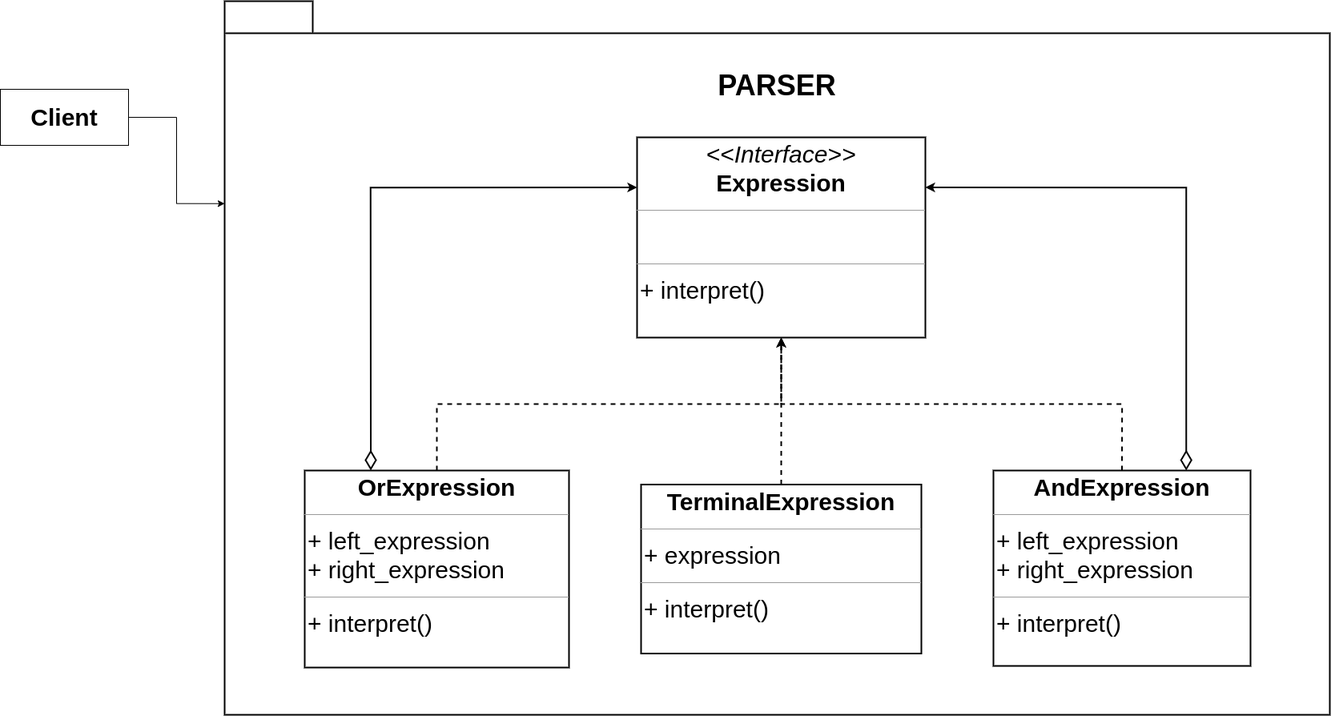
This is docs/front_end_parser.png from BrizaMel/MAC0332, a draw.io export, as it was before one commit. Source tidied: cells renumbered, new cells last; positions are measured from the earlier drawing's top-left corner, leaving out a move shared by most shapes. The source it was exported from:
```xml
<mxGraphModel>
  <root>
    <mxCell id="0" />
    <mxCell id="1" parent="0" />
    <mxCell id="2" value="&lt;font style=&quot;font-size: 36px;&quot;&gt;PARSER&lt;br&gt;&lt;br&gt;&lt;br&gt;&lt;br&gt;&lt;br&gt;&lt;br&gt;&lt;br&gt;&lt;br&gt;&lt;br&gt;&lt;br&gt;&lt;br&gt;&lt;br&gt;&lt;br&gt;&lt;br&gt;&lt;br&gt;&lt;br&gt;&lt;br&gt;&lt;/font&gt;" style="shape=folder;fontStyle=1;spacingTop=10;tabWidth=110;tabHeight=40;tabPosition=left;html=1;whiteSpace=wrap;strokeWidth=2;" parent="1" vertex="1">
      <mxGeometry x="280" width="1380" height="891" as="geometry" />
    </mxCell>
    <mxCell id="3" value="&lt;p style=&quot;margin: 4px 0px 0px; text-align: center; font-size: 30px;&quot;&gt;&lt;font style=&quot;font-size: 30px;&quot;&gt;&lt;i style=&quot;&quot;&gt;&amp;lt;&amp;lt;Interface&amp;gt;&amp;gt;&lt;/i&gt;&lt;br&gt;&lt;b&gt;Expression&lt;/b&gt;&lt;/font&gt;&lt;/p&gt;&lt;hr style=&quot;font-size: 30px;&quot; size=&quot;1&quot;&gt;&lt;p style=&quot;margin: 0px 0px 0px 4px; font-size: 30px;&quot;&gt;&lt;font style=&quot;font-size: 30px;&quot;&gt;&lt;br&gt;&lt;/font&gt;&lt;/p&gt;&lt;hr style=&quot;font-size: 30px;&quot; size=&quot;1&quot;&gt;&lt;p style=&quot;margin: 0px 0px 0px 4px; font-size: 30px;&quot;&gt;+ interpret()&lt;/p&gt;" style="verticalAlign=top;align=left;overflow=fill;fontSize=12;fontFamily=Helvetica;html=1;whiteSpace=wrap;strokeWidth=2;" parent="1" vertex="1">
      <mxGeometry x="795" y="170" width="360" height="250" as="geometry" />
    </mxCell>
    <mxCell id="4" style="edgeStyle=orthogonalEdgeStyle;rounded=0;jettySize=auto;html=1;exitX=0.5;exitY=0;exitDx=0;exitDy=0;entryX=0.5;entryY=1;entryDx=0;entryDy=0;dashed=1;strokeWidth=2;" parent="1" edge="1" source="5" target="3">
      <mxGeometry relative="1" as="geometry" />
    </mxCell>
    <mxCell id="5" value="&lt;p style=&quot;margin: 4px 0px 0px; text-align: center; font-size: 30px;&quot;&gt;&lt;b&gt;TerminalExpression&lt;/b&gt;&lt;/p&gt;&lt;hr style=&quot;font-size: 30px;&quot; size=&quot;1&quot;&gt;&lt;p style=&quot;margin: 0px 0px 0px 4px; font-size: 30px;&quot;&gt;+ expression&lt;/p&gt;&lt;hr style=&quot;font-size: 30px;&quot; size=&quot;1&quot;&gt;&lt;p style=&quot;margin: 0px 0px 0px 4px; font-size: 30px;&quot;&gt;+ interpret()&lt;/p&gt;" style="verticalAlign=top;align=left;overflow=fill;fontSize=12;fontFamily=Helvetica;html=1;whiteSpace=wrap;strokeWidth=2;" parent="1" vertex="1">
      <mxGeometry x="800" y="603.5" width="350" height="211" as="geometry" />
    </mxCell>
    <mxCell id="6" style="edgeStyle=orthogonalEdgeStyle;rounded=0;jettySize=auto;html=1;exitX=0.5;exitY=0;exitDx=0;exitDy=0;entryX=0.5;entryY=1;entryDx=0;entryDy=0;dashed=1;strokeWidth=2;" parent="1" edge="1" source="8" target="3">
      <mxGeometry relative="1" as="geometry" />
    </mxCell>
    <mxCell id="7" style="edgeStyle=orthogonalEdgeStyle;rounded=0;jettySize=auto;html=1;exitX=0.75;exitY=0;exitDx=0;exitDy=0;entryX=1;entryY=0.25;entryDx=0;entryDy=0;startArrow=diamondThin;startFill=0;startSize=20;strokeWidth=2;" parent="1" edge="1" source="8" target="3">
      <mxGeometry relative="1" as="geometry" />
    </mxCell>
    <mxCell id="8" value="&lt;p style=&quot;margin: 4px 0px 0px; text-align: center; font-size: 30px;&quot;&gt;&lt;b&gt;AndExpression&lt;/b&gt;&lt;/p&gt;&lt;hr style=&quot;font-size: 30px;&quot; size=&quot;1&quot;&gt;&lt;p style=&quot;border-color: var(--border-color); margin: 0px 0px 0px 4px; font-size: 30px;&quot;&gt;+ left_expression&lt;/p&gt;&lt;p style=&quot;border-color: var(--border-color); margin: 0px 0px 0px 4px; font-size: 30px;&quot;&gt;+ right_expression&lt;/p&gt;&lt;hr style=&quot;font-size: 30px;&quot; size=&quot;1&quot;&gt;&lt;p style=&quot;margin: 0px 0px 0px 4px; font-size: 30px;&quot;&gt;+ interpret()&lt;/p&gt;" style="verticalAlign=top;align=left;overflow=fill;fontSize=12;fontFamily=Helvetica;html=1;whiteSpace=wrap;strokeWidth=2;" parent="1" vertex="1">
      <mxGeometry x="1240" y="586" width="321" height="244" as="geometry" />
    </mxCell>
    <mxCell id="9" style="edgeStyle=orthogonalEdgeStyle;rounded=0;jettySize=auto;html=1;exitX=0.5;exitY=0;exitDx=0;exitDy=0;entryX=0.5;entryY=1;entryDx=0;entryDy=0;dashed=1;strokeWidth=2;" parent="1" edge="1" source="10" target="3">
      <mxGeometry relative="1" as="geometry" />
    </mxCell>
    <mxCell id="10" value="&lt;p style=&quot;margin: 4px 0px 0px; text-align: center; font-size: 30px;&quot;&gt;&lt;b&gt;OrExpression&lt;/b&gt;&lt;/p&gt;&lt;hr style=&quot;font-size: 30px;&quot; size=&quot;1&quot;&gt;&lt;p style=&quot;margin: 0px 0px 0px 4px; font-size: 30px;&quot;&gt;+ left_expression&lt;/p&gt;&lt;p style=&quot;margin: 0px 0px 0px 4px; font-size: 30px;&quot;&gt;+ right_expression&lt;/p&gt;&lt;hr style=&quot;font-size: 30px;&quot; size=&quot;1&quot;&gt;&lt;p style=&quot;margin: 0px 0px 0px 4px; font-size: 30px;&quot;&gt;+ interpret()&lt;/p&gt;" style="verticalAlign=top;align=left;overflow=fill;fontSize=12;fontFamily=Helvetica;html=1;whiteSpace=wrap;strokeWidth=2;" parent="1" vertex="1">
      <mxGeometry x="380" y="586" width="330" height="246" as="geometry" />
    </mxCell>
    <mxCell id="11" style="edgeStyle=orthogonalEdgeStyle;rounded=0;jettySize=auto;html=1;exitX=0.25;exitY=0;exitDx=0;exitDy=0;startArrow=diamondThin;startFill=0;startSize=20;strokeWidth=2;entryX=0;entryY=0.25;entryDx=0;entryDy=0;" parent="1" edge="1" source="10" target="3">
      <mxGeometry relative="1" as="geometry" />
    </mxCell>
    <mxCell id="12" value="&lt;font style=&quot;font-size: 30px;&quot;&gt;&lt;b&gt;Client&lt;/b&gt;&lt;/font&gt;" style="html=1;whiteSpace=wrap;" parent="1" vertex="1">
      <mxGeometry y="110" width="160" height="70" as="geometry" />
    </mxCell>
    <mxCell id="13" style="edgeStyle=orthogonalEdgeStyle;rounded=0;jettySize=auto;html=1;exitX=1;exitY=0.5;exitDx=0;exitDy=0;entryX=0;entryY=0;entryDx=0;entryDy=252.75;entryPerimeter=0;" parent="1" edge="1" source="12" target="2">
      <mxGeometry relative="1" as="geometry" />
    </mxCell>
  </root>
</mxGraphModel>
```
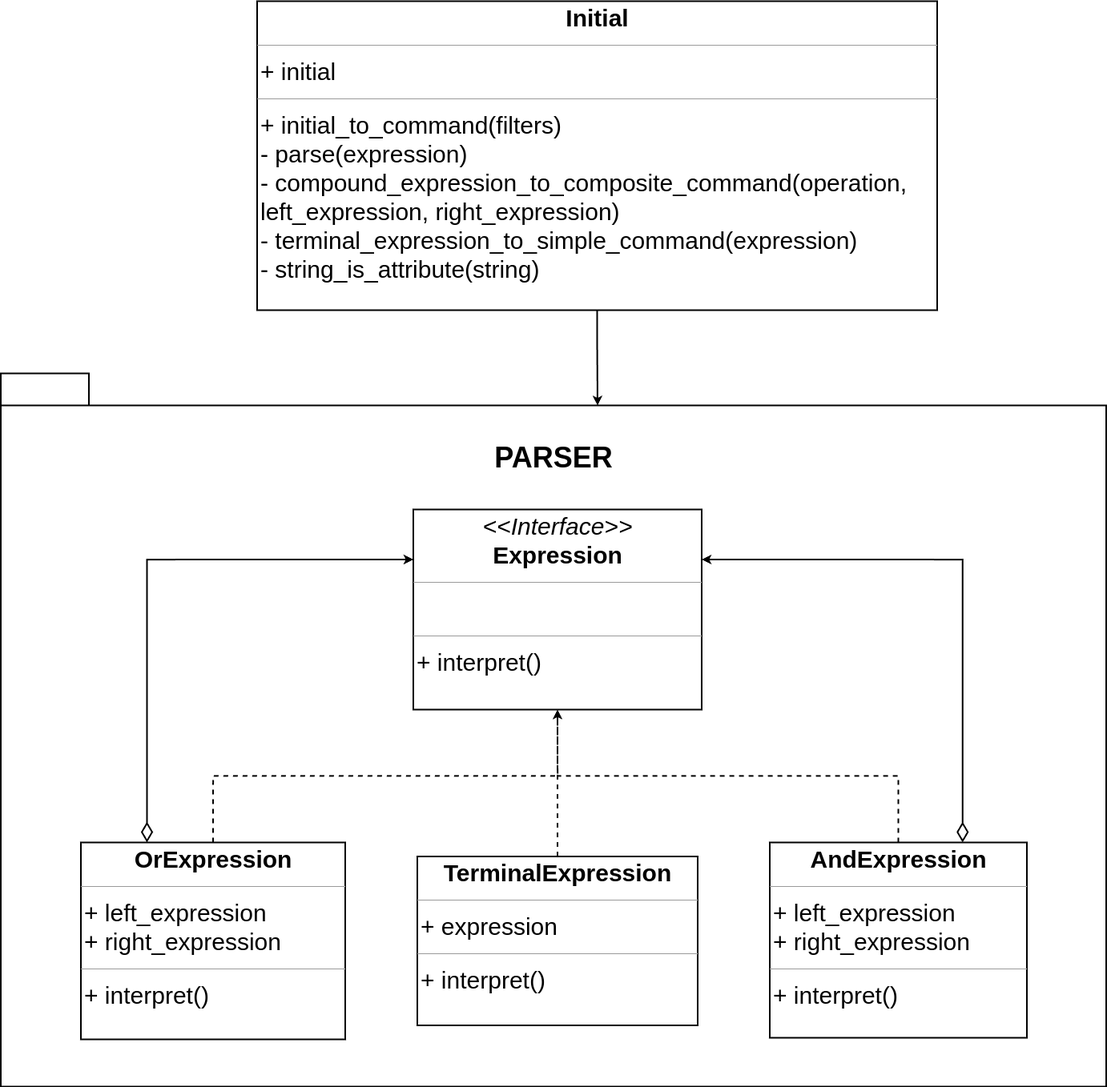
Later version of the same file.

Diff of the diagram source:
```diff
@@ -32,10 +32,10 @@
     <mxCell id="11" style="edgeStyle=orthogonalEdgeStyle;rounded=0;jettySize=auto;html=1;exitX=0.25;exitY=0;exitDx=0;exitDy=0;startArrow=diamondThin;startFill=0;startSize=20;strokeWidth=2;entryX=0;entryY=0.25;entryDx=0;entryDy=0;" parent="1" edge="1" source="10" target="3">
       <mxGeometry relative="1" as="geometry" />
     </mxCell>
-    <mxCell id="12" value="&lt;font style=&quot;font-size: 30px;&quot;&gt;&lt;b&gt;Client&lt;/b&gt;&lt;/font&gt;" style="html=1;whiteSpace=wrap;" parent="1" vertex="1">
-      <mxGeometry y="110" width="160" height="70" as="geometry" />
+    <mxCell id="12" value="&lt;p style=&quot;margin: 4px 0px 0px; text-align: center; font-size: 30px;&quot;&gt;&lt;b&gt;Initial&lt;/b&gt;&lt;/p&gt;&lt;hr style=&quot;font-size: 30px;&quot; size=&quot;1&quot;&gt;&lt;p style=&quot;margin: 0px 0px 0px 4px; font-size: 30px;&quot;&gt;+ initial&lt;/p&gt;&lt;hr style=&quot;font-size: 30px;&quot; size=&quot;1&quot;&gt;&lt;p style=&quot;margin: 0px 0px 0px 4px; font-size: 30px;&quot;&gt;+ initial_to_command(filters)&lt;/p&gt;&lt;p style=&quot;margin: 0px 0px 0px 4px; font-size: 30px;&quot;&gt;- parse(expression)&lt;/p&gt;&lt;p style=&quot;margin: 0px 0px 0px 4px; font-size: 30px;&quot;&gt;- compound_expression_to_composite_command(operation, left_expression, right_expression)&lt;/p&gt;&lt;p style=&quot;margin: 0px 0px 0px 4px; font-size: 30px;&quot;&gt;- terminal_expression_to_simple_command(expression)&lt;/p&gt;&lt;p style=&quot;margin: 0px 0px 0px 4px; font-size: 30px;&quot;&gt;- string_is_attribute(string)&lt;/p&gt;" style="verticalAlign=top;align=left;overflow=fill;fontSize=12;fontFamily=Helvetica;html=1;whiteSpace=wrap;strokeWidth=2;" parent="1" vertex="1">
+      <mxGeometry x="600" y="-465" width="849" height="386" as="geometry" />
     </mxCell>
-    <mxCell id="13" style="edgeStyle=orthogonalEdgeStyle;rounded=0;jettySize=auto;html=1;exitX=1;exitY=0.5;exitDx=0;exitDy=0;entryX=0;entryY=0;entryDx=0;entryDy=252.75;entryPerimeter=0;" parent="1" edge="1" source="12" target="2">
+    <mxCell id="13" style="edgeStyle=orthogonalEdgeStyle;rounded=0;jettySize=auto;html=1;exitX=0.5;exitY=1;exitDx=0;exitDy=0;entryX=0;entryY=0;entryDx=745;entryDy=40;entryPerimeter=0;strokeWidth=2;" parent="1" edge="1" source="12" target="2">
       <mxGeometry relative="1" as="geometry" />
     </mxCell>
   </root>
```
